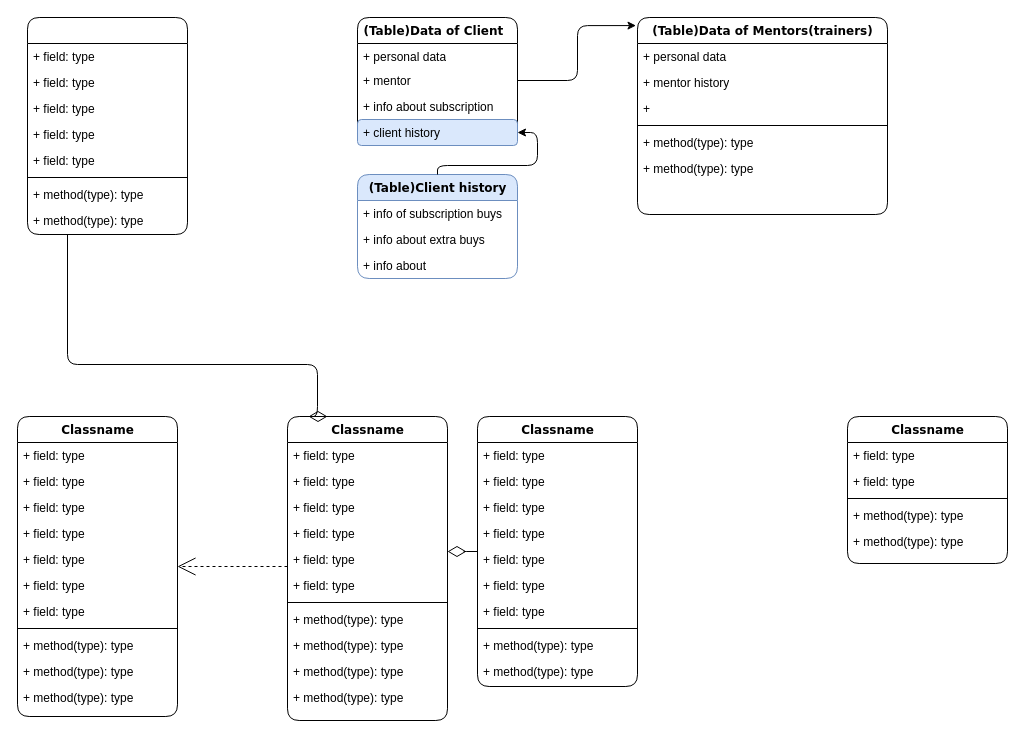
This is Диаграмма без названия.drawio from aaoovava/Visual-diagram-of-the-Admin-architecture, a draw.io file, before an edit. Source tidied: cells renumbered, new cells numbered last; positions are measured from the earlier drawing's top-left corner, leaving out a move shared by most shapes. Both pictures are drawn from the tidied source at 100%, with x=0, y=0 at pixel (17, 17).
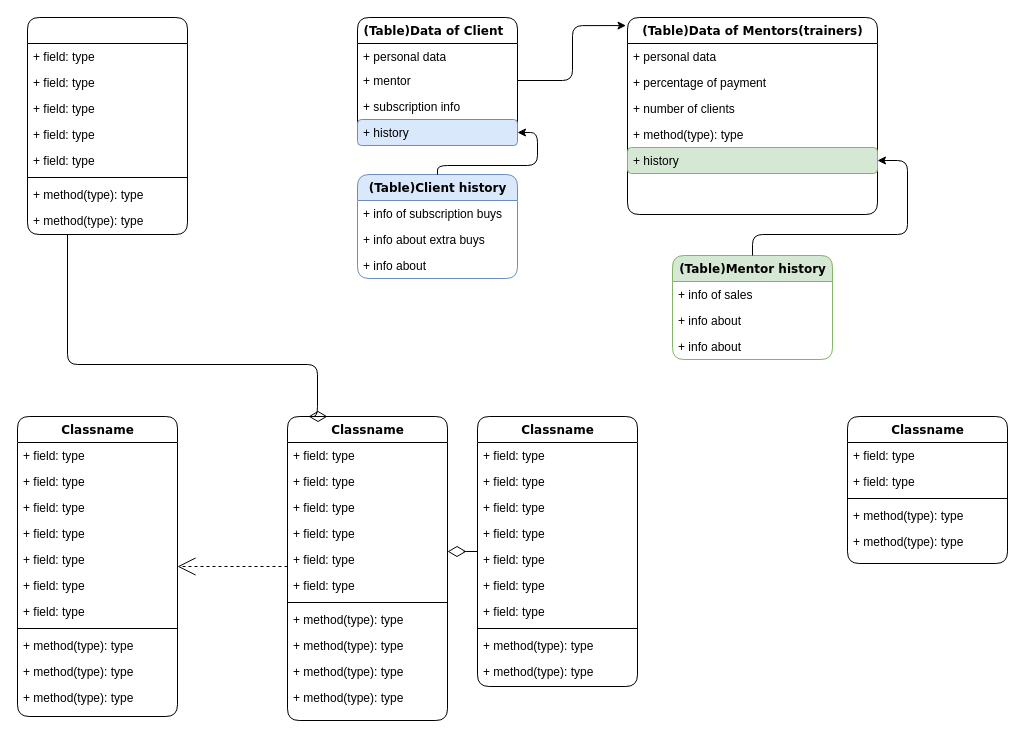
Above is the later version.

The change refers to these unchanged cells:
```xml
<mxCell id="12" value="(Table)Data of Client&amp;nbsp;&amp;nbsp;" style="swimlane;html=1;fontStyle=1;align=center;verticalAlign=top;horizontal=1;startSize=26;swimlaneFillColor=#ffffff;rounded=1;shadow=0;comic=0;labelBackgroundColor=none;strokeWidth=1;fillColor=none;fontFamily=Verdana;fontSize=12;" parent="1" vertex="1">
  <mxGeometry x="340" width="160" height="128" as="geometry" />
</mxCell>
```

What changed in the source:
```diff
@@
-    <mxCell id="15" value="+ info about&amp;nbsp;subscription&amp;nbsp;" style="text;html=1;strokeColor=none;fillColor=none;align=left;verticalAlign=top;spacingLeft=4;spacingRight=4;whiteSpace=wrap;overflow=hidden;labelBackgroundColor=none;rounded=1;" parent="12" vertex="1">
+    <mxCell id="15" value="+ subscription info&amp;nbsp;&amp;nbsp;" style="text;html=1;strokeColor=none;fillColor=none;align=left;verticalAlign=top;spacingLeft=4;spacingRight=4;whiteSpace=wrap;overflow=hidden;labelBackgroundColor=none;rounded=1;" parent="12" vertex="1">
       <mxGeometry y="76" width="160" height="26" as="geometry" />
     </mxCell>
-    <mxCell id="16" value="+ client history" style="text;html=1;strokeColor=#6c8ebf;fillColor=#dae8fc;align=left;verticalAlign=top;spacingLeft=4;spacingRight=4;whiteSpace=wrap;overflow=hidden;points=[[0,0.5],[1,0.5]];portConstraint=eastwest;labelBackgroundColor=none;rounded=1;" parent="12" vertex="1">
+    <mxCell id="16" value="+ history" style="text;html=1;strokeColor=#6c8ebf;fillColor=#dae8fc;align=left;verticalAlign=top;spacingLeft=4;spacingRight=4;whiteSpace=wrap;overflow=hidden;points=[[0,0.5],[1,0.5]];portConstraint=eastwest;labelBackgroundColor=none;rounded=1;" parent="12" vertex="1">
       <mxGeometry y="102" width="160" height="26" as="geometry" />
     </mxCell>
     <mxCell id="17" value="(Table)Data of Mentors(trainers)" style="swimlane;html=1;fontStyle=1;align=center;verticalAlign=top;horizontal=1;startSize=26;swimlaneFillColor=#ffffff;rounded=1;shadow=0;comic=0;labelBackgroundColor=none;strokeWidth=1;fillColor=none;fontFamily=Verdana;fontSize=12;" parent="1" vertex="1">
-      <mxGeometry x="620" width="250" height="197" as="geometry" />
+      <mxGeometry x="610" width="250" height="197" as="geometry" />
     </mxCell>
@@
-    <mxCell id="19" value="+ mentor history" style="text;html=1;strokeColor=none;fillColor=none;align=left;verticalAlign=top;spacingLeft=4;spacingRight=4;whiteSpace=wrap;overflow=hidden;points=[[0,0.5],[1,0.5]];portConstraint=eastwest;labelBackgroundColor=none;rounded=1;" parent="17" vertex="1">
-      <mxGeometry y="52" width="250" height="26" as="geometry" />
-    </mxCell>
-    <mxCell id="20" value="+&amp;nbsp;" style="text;html=1;strokeColor=none;fillColor=none;align=left;verticalAlign=top;spacingLeft=4;spacingRight=4;whiteSpace=wrap;overflow=hidden;labelBackgroundColor=none;rounded=1;" parent="17" vertex="1">
-      <mxGeometry y="78" width="250" height="26" as="geometry" />
+    <mxCell id="20" value="+ percentage of payment" style="text;html=1;strokeColor=none;fillColor=none;align=left;verticalAlign=top;spacingLeft=4;spacingRight=4;whiteSpace=wrap;overflow=hidden;labelBackgroundColor=none;rounded=1;" parent="17" vertex="1">
+      <mxGeometry y="52" width="250" height="26" as="geometry" />
     </mxCell>
-    <mxCell id="21" style="line;html=1;strokeWidth=1;fillColor=none;align=left;verticalAlign=middle;spacingTop=-1;spacingLeft=3;spacingRight=3;labelPosition=right;labelBackgroundColor=none;rounded=1;" parent="17" vertex="1">
-      <mxGeometry y="104" width="250" height="8" as="geometry" />
-    </mxCell>
-    <mxCell id="22" value="+ method(type): type" style="text;html=1;strokeColor=none;fillColor=none;align=left;verticalAlign=top;spacingLeft=4;spacingRight=4;whiteSpace=wrap;overflow=hidden;labelBackgroundColor=none;rounded=1;" parent="17" vertex="1">
-      <mxGeometry y="112" width="250" height="26" as="geometry" />
+    <mxCell id="22" value="+ number of clients" style="text;html=1;strokeColor=none;fillColor=none;align=left;verticalAlign=top;spacingLeft=4;spacingRight=4;whiteSpace=wrap;overflow=hidden;labelBackgroundColor=none;rounded=1;" parent="17" vertex="1">
+      <mxGeometry y="78" width="250" height="26" as="geometry" />
     </mxCell>
     <mxCell id="23" value="+ method(type): type" style="text;html=1;strokeColor=none;fillColor=none;align=left;verticalAlign=top;spacingLeft=4;spacingRight=4;whiteSpace=wrap;overflow=hidden;labelBackgroundColor=none;rounded=1;" parent="17" vertex="1">
-      <mxGeometry y="138" width="250" height="26" as="geometry" />
+      <mxGeometry y="104" width="250" height="26" as="geometry" />
     </mxCell>
+    <mxCell id="19" value="+ history" style="text;html=1;strokeColor=#82b366;fillColor=#d5e8d4;align=left;verticalAlign=top;spacingLeft=4;spacingRight=4;whiteSpace=wrap;overflow=hidden;points=[[0,0.5],[1,0.5]];portConstraint=eastwest;labelBackgroundColor=none;rounded=1;" parent="17" vertex="1">
+      <mxGeometry y="130" width="250" height="26" as="geometry" />
+    </mxCell>
@@
+    <mxCell id="73" value="(Table)Mentor history" style="swimlane;html=1;fontStyle=1;align=center;verticalAlign=top;horizontal=1;startSize=26;swimlaneFillColor=#ffffff;rounded=1;shadow=0;comic=0;labelBackgroundColor=none;strokeWidth=1;fillColor=#d5e8d4;fontFamily=Verdana;fontSize=12;strokeColor=#82b366;" parent="1" vertex="1">
+      <mxGeometry x="655" y="238" width="160" height="104" as="geometry" />
+    </mxCell>
+    <mxCell id="74" value="+ info of sales" style="text;html=1;strokeColor=none;fillColor=none;align=left;verticalAlign=top;spacingLeft=4;spacingRight=4;whiteSpace=wrap;overflow=hidden;labelBackgroundColor=none;rounded=1;" parent="73" vertex="1">
+      <mxGeometry y="26" width="160" height="26" as="geometry" />
+    </mxCell>
+    <mxCell id="75" value="+ info about&amp;nbsp;" style="text;html=1;strokeColor=none;fillColor=none;align=left;verticalAlign=top;spacingLeft=4;spacingRight=4;whiteSpace=wrap;overflow=hidden;labelBackgroundColor=none;rounded=1;" parent="73" vertex="1">
+      <mxGeometry y="52" width="160" height="26" as="geometry" />
+    </mxCell>
+    <mxCell id="76" value="+ info about&amp;nbsp;" style="text;html=1;strokeColor=none;fillColor=none;align=left;verticalAlign=top;spacingLeft=4;spacingRight=4;whiteSpace=wrap;overflow=hidden;labelBackgroundColor=none;rounded=1;" parent="73" vertex="1">
+      <mxGeometry y="78" width="160" height="26" as="geometry" />
+    </mxCell>
+    <mxCell id="77" style="edgeStyle=orthogonalEdgeStyle;rounded=1;jettySize=auto;html=1;exitX=1;exitY=0.5;exitDx=0;exitDy=0;entryX=0.5;entryY=0;entryDx=0;entryDy=0;endArrow=none;endFill=0;startArrow=classic;startFill=1;" parent="1" edge="1" source="19" target="73">
+      <mxGeometry relative="1" as="geometry">
+        <Array as="points">
+          <mxPoint x="890" y="143" />
+          <mxPoint x="890" y="217" />
+          <mxPoint x="735" y="217" />
+        </Array>
+      </mxGeometry>
+    </mxCell>
```
